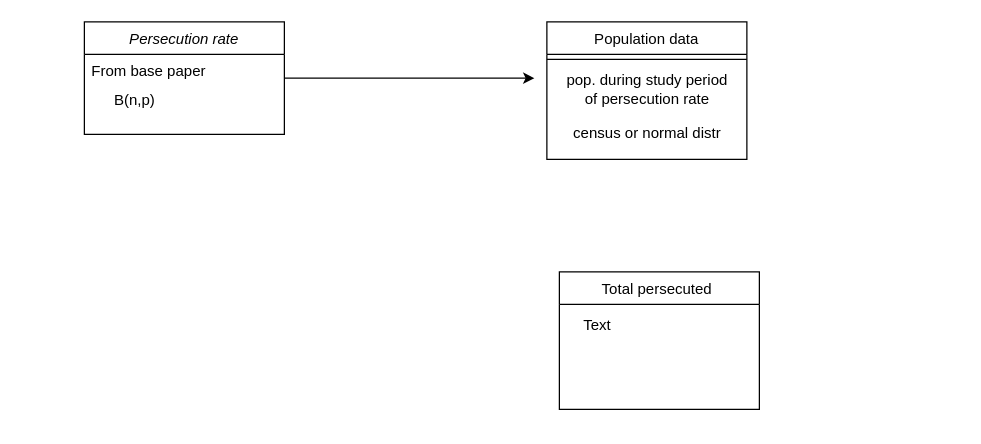
Above: Untitled Diagram.drawio in Koi-Py/Chapter-2--masters (draw.io), before the change. Source tidied: cells renumbered, new cells numbered last; positions are measured from the earlier drawing's top-left corner, leaving out a move shared by most shapes. Both pictures are drawn from the tidied source at 125%, with x=0, y=0 at pixel (84, 21).
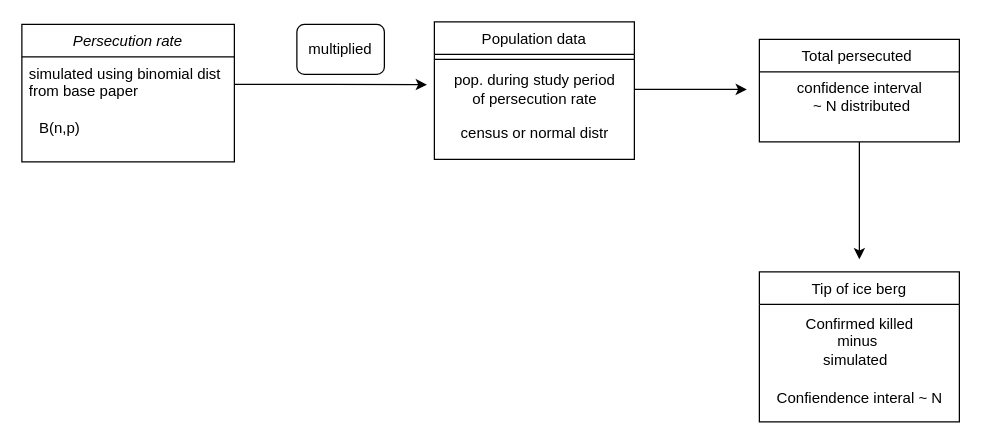
The same page after the edit.

The edit, as a diff of the source:
```diff
@@
 <mxGraphModel>
   <root>
     <mxCell id="0" />
     <mxCell id="1" parent="0" />
-    <mxCell id="2" style="edgeStyle=orthogonalEdgeStyle;rounded=0;jettySize=auto;html=1;" parent="1" edge="1" source="3">
-      <mxGeometry relative="1" as="geometry">
-        <mxPoint x="360" y="45" as="targetPoint" />
-      </mxGeometry>
-    </mxCell>
     <mxCell id="3" value="Persecution rate" style="swimlane;fontStyle=2;align=center;verticalAlign=top;horizontal=1;startSize=26;rounded=0;shadow=0;strokeWidth=1;" parent="1" vertex="1">
-      <mxGeometry width="160" height="90" as="geometry" />
+      <mxGeometry x="-50" y="2" width="170" height="110" as="geometry" />
     </mxCell>
-    <mxCell id="4" value="From base paper" style="text;align=left;verticalAlign=top;spacingLeft=4;spacingRight=4;overflow=hidden;points=[[0,0.5],[1,0.5]];portConstraint=eastwest;" parent="3" vertex="1">
-      <mxGeometry y="26" width="160" height="26" as="geometry" />
+    <mxCell id="4" value="simulated using binomial dist&#10;from base paper" style="text;align=left;verticalAlign=top;spacingLeft=4;spacingRight=4;overflow=hidden;points=[[0,0.5],[1,0.5]];portConstraint=eastwest;" parent="3" vertex="1">
+      <mxGeometry y="26" width="170" height="44" as="geometry" />
     </mxCell>
+    <mxCell id="12" style="edgeStyle=orthogonalEdgeStyle;rounded=0;jettySize=auto;html=1;" parent="1" edge="1" source="5">
+      <mxGeometry relative="1" as="geometry">
+        <mxPoint x="620" y="190" as="targetPoint" />
+      </mxGeometry>
+    </mxCell>
     <mxCell id="5" value="Total persecuted " style="swimlane;fontStyle=0;align=center;verticalAlign=top;horizontal=1;startSize=26;rounded=0;shadow=0;strokeWidth=1;" parent="1" vertex="1">
-      <mxGeometry x="380" y="200" width="160" height="110" as="geometry" />
+      <mxGeometry x="540" y="14" width="160" height="82" as="geometry" />
     </mxCell>
+    <mxCell id="13" value="confidence interval&lt;br&gt;&amp;nbsp;~ N distributed" style="text;html=1;align=center;verticalAlign=middle;strokeColor=none;fillColor=none;" parent="5" vertex="1">
+      <mxGeometry y="26" width="160" height="40" as="geometry" />
+    </mxCell>
     <mxCell id="6" value="Population data" style="swimlane;fontStyle=0;align=center;verticalAlign=top;horizontal=1;startSize=26;rounded=0;shadow=0;strokeWidth=1;" parent="1" vertex="1">
-      <mxGeometry x="370" width="160" height="110" as="geometry" />
+      <mxGeometry x="280" width="160" height="110" as="geometry" />
     </mxCell>
     <mxCell id="7" style="line;html=1;strokeWidth=1;align=left;verticalAlign=middle;spacingTop=-1;spacingLeft=3;spacingRight=3;labelPosition=right;" parent="6" vertex="1">
       <mxGeometry y="26" width="160" height="8" as="geometry" />
     </mxCell>
+    <mxCell id="14" style="edgeStyle=orthogonalEdgeStyle;rounded=0;jettySize=auto;html=1;" parent="6" edge="1" source="8">
+      <mxGeometry relative="1" as="geometry">
+        <mxPoint x="250" y="54" as="targetPoint" />
+      </mxGeometry>
+    </mxCell>
     <mxCell id="8" value="pop. during study period &lt;br&gt;of persecution rate" style="text;html=1;align=center;verticalAlign=middle;points=[];strokeColor=none;fillColor=none;" parent="6" vertex="1">
       <mxGeometry y="34" width="160" height="40" as="geometry" />
     </mxCell>
     <mxCell id="9" value="census or normal distr" style="text;html=1;align=center;verticalAlign=middle;strokeColor=none;fillColor=none;" parent="6" vertex="1">
       <mxGeometry y="74" width="160" height="30" as="geometry" />
     </mxCell>
+    <mxCell id="15" value="multiplied" style="rounded=1;whiteSpace=wrap;html=1;" parent="1" vertex="1">
+      <mxGeometry x="170" y="2" width="70" height="40" as="geometry" />
+    </mxCell>
     <mxCell id="10" value="B(n,p)" style="text;html=1;align=center;verticalAlign=middle;strokeColor=none;fillColor=none;" parent="1" vertex="1">
-      <mxGeometry x="10" y="48" width="60" height="30" as="geometry" />
+      <mxGeometry x="-50" y="70" width="60" height="30" as="geometry" />
     </mxCell>
-    <mxCell id="11" value="Text" style="text;html=1;align=center;verticalAlign=middle;strokeColor=none;fillColor=none;" parent="1" vertex="1">
-      <mxGeometry x="385" y="228" width="50" height="30" as="geometry" />
-    </mxCell>
+    <mxCell id="16" style="edgeStyle=orthogonalEdgeStyle;rounded=0;jettySize=auto;html=1;entryX=-0.037;entryY=0.405;entryDx=0;entryDy=0;entryPerimeter=0;" parent="1" edge="1" source="4" target="8">
+      <mxGeometry relative="1" as="geometry" />
+    </mxCell>
+    <mxCell id="17" value="Tip of ice berg" style="swimlane;fontStyle=0;align=center;verticalAlign=top;horizontal=1;startSize=26;rounded=0;shadow=0;strokeWidth=1;" parent="1" vertex="1">
+      <mxGeometry x="540" y="200" width="160" height="120" as="geometry" />
+    </mxCell>
+    <mxCell id="18" value="Confirmed killed&lt;br&gt;minus&amp;nbsp;&lt;br&gt;simulated&amp;nbsp;&amp;nbsp;" style="text;html=1;align=center;verticalAlign=middle;strokeColor=none;fillColor=none;" parent="17" vertex="1">
+      <mxGeometry y="26" width="160" height="60" as="geometry" />
+    </mxCell>
+    <mxCell id="19" value="Confiendence interal ~ N" style="text;html=1;align=center;verticalAlign=middle;strokeColor=none;fillColor=none;" parent="17" vertex="1">
+      <mxGeometry y="86" width="160" height="30" as="geometry" />
+    </mxCell>
   </root>
 </mxGraphModel>
```
